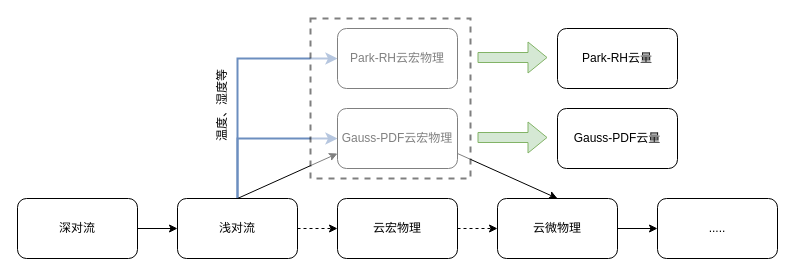
qinyia/drawio.output keeps this draw.io diagram as Schematic_for_the_same_input_to_two_cloud_fraction_schemes.drawio. Above is the earlier version. Source tidied: cells renumbered, new cells numbered last; positions are measured from the earlier drawing's top-left corner, leaving out a move shared by most shapes. Both pictures are drawn from the tidied source at 100%, with x=0, y=0 at pixel (17, 18).
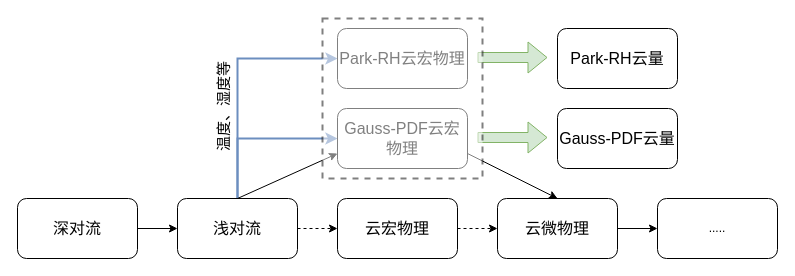
The same page after the edit.

What changed in the source:
```diff
@@
-    <mxCell id="3" value="深对流" style="rounded=1;whiteSpace=wrap;html=1;" parent="1" vertex="1">
+    <mxCell id="3" value="&lt;font style=&quot;font-size: 16px&quot;&gt;深对流&lt;/font&gt;" style="rounded=1;whiteSpace=wrap;html=1;" parent="1" vertex="1">
       <mxGeometry y="180" width="120" height="60" as="geometry" />
     </mxCell>
@@
-    <mxCell id="8" value="浅对流" style="rounded=1;whiteSpace=wrap;html=1;" parent="1" vertex="1">
+    <mxCell id="8" value="浅对流" style="rounded=1;whiteSpace=wrap;html=1;fontSize=16;" parent="1" vertex="1">
       <mxGeometry x="160" y="180" width="120" height="60" as="geometry" />
     </mxCell>
-    <mxCell id="9" value="Park-RH云宏物理" style="rounded=1;whiteSpace=wrap;html=1;" parent="1" vertex="1">
-      <mxGeometry x="320" y="10" width="120" height="60" as="geometry" />
+    <mxCell id="9" value="Park-RH云宏物理" style="rounded=1;whiteSpace=wrap;html=1;fontSize=16;" parent="1" vertex="1">
+      <mxGeometry x="320" y="10" width="130" height="60" as="geometry" />
     </mxCell>
-    <mxCell id="10" value="Park-RH云量" style="rounded=1;whiteSpace=wrap;html=1;" parent="1" vertex="1">
+    <mxCell id="10" value="Park-RH云量" style="rounded=1;whiteSpace=wrap;html=1;fontSize=16;" parent="1" vertex="1">
       <mxGeometry x="540" y="10" width="120" height="60" as="geometry" />
     </mxCell>
@@
-    <mxCell id="12" value="Gauss-PDF云宏物理" style="rounded=1;whiteSpace=wrap;html=1;" parent="1" vertex="1">
-      <mxGeometry x="320" y="90" width="120" height="60" as="geometry" />
+    <mxCell id="12" value="Gauss-PDF云宏物理" style="rounded=1;whiteSpace=wrap;html=1;fontSize=16;" parent="1" vertex="1">
+      <mxGeometry x="320" y="90" width="130" height="60" as="geometry" />
     </mxCell>
-    <mxCell id="13" value="Gauss-PDF云量" style="rounded=1;whiteSpace=wrap;html=1;" parent="1" vertex="1">
+    <mxCell id="13" value="Gauss-PDF云量" style="rounded=1;whiteSpace=wrap;html=1;fontSize=16;" parent="1" vertex="1">
       <mxGeometry x="540" y="90" width="120" height="60" as="geometry" />
     </mxCell>
@@
-    <mxCell id="15" value="云微物理" style="rounded=1;whiteSpace=wrap;html=1;" parent="1" vertex="1">
+    <mxCell id="15" value="云微物理" style="rounded=1;whiteSpace=wrap;html=1;fontSize=16;" parent="1" vertex="1">
       <mxGeometry x="480" y="180" width="120" height="60" as="geometry" />
     </mxCell>
@@
-    <mxCell id="17" value="温度、湿度等" style="text;html=1;align=left;verticalAlign=top;spacingTop=-4;rotation=-90;" parent="1" vertex="1">
-      <mxGeometry x="160" y="70" width="90" height="20" as="geometry" />
+    <mxCell id="17" value="温度、湿度等" style="text;html=1;align=left;verticalAlign=top;spacingTop=-4;rotation=-90;fontSize=15;" parent="1" vertex="1">
+      <mxGeometry x="160" y="80" width="90" height="20" as="geometry" />
     </mxCell>
@@
-    <mxCell id="19" value="云宏物理" style="rounded=1;whiteSpace=wrap;html=1;" parent="1" vertex="1">
+    <mxCell id="19" value="云宏物理" style="rounded=1;whiteSpace=wrap;html=1;fontSize=16;" parent="1" vertex="1">
       <mxGeometry x="320" y="180" width="120" height="60" as="geometry" />
     </mxCell>
@@
     <mxCell id="22" style="whiteSpace=wrap;html=1;dashed=1;opacity=50;strokeWidth=2;" parent="1" vertex="1">
-      <mxGeometry x="293" width="160" height="160" as="geometry" />
+      <mxGeometry x="305" width="160" height="160" as="geometry" />
     </mxCell>
```
